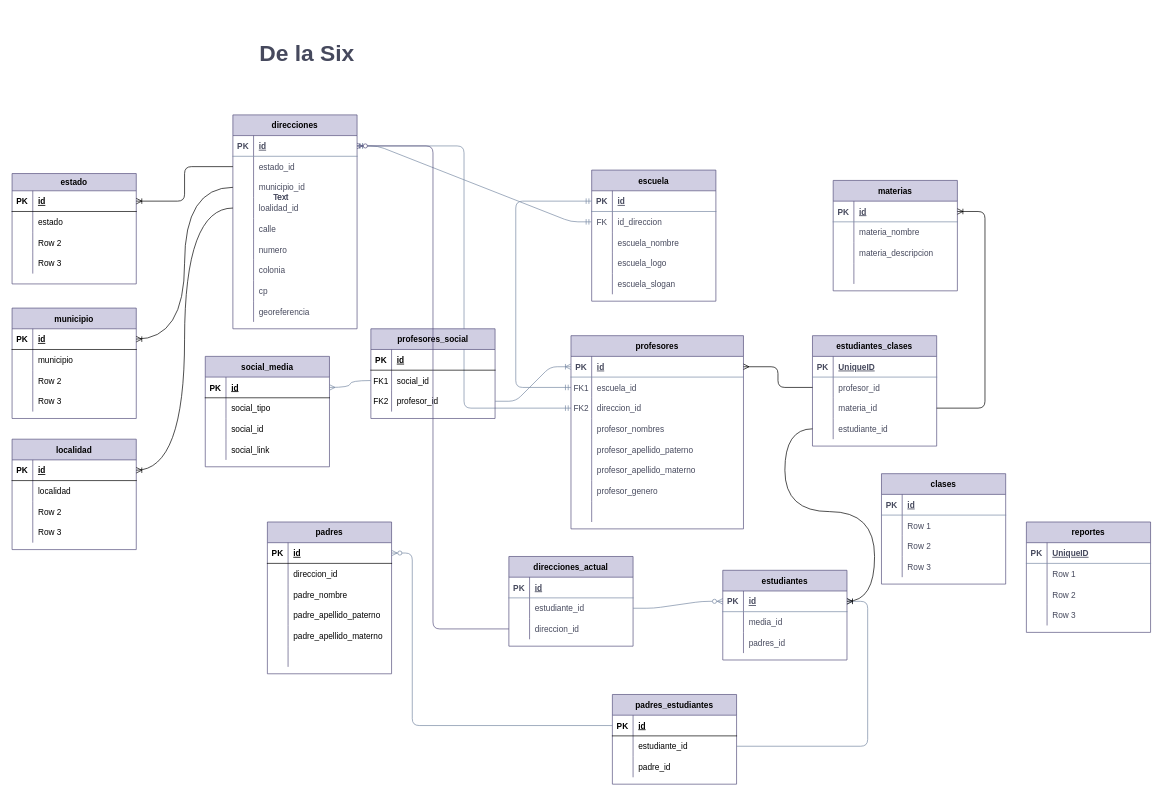
Above: er_main.drawio in mateomtz199/er_normal (draw.io), before the change. Source tidied: cells renumbered, new cells numbered last; positions are measured from the earlier drawing's top-left corner, leaving out a move shared by most shapes. Both pictures are drawn from the tidied source at 69%, with x=0, y=0 at pixel (12, 46).
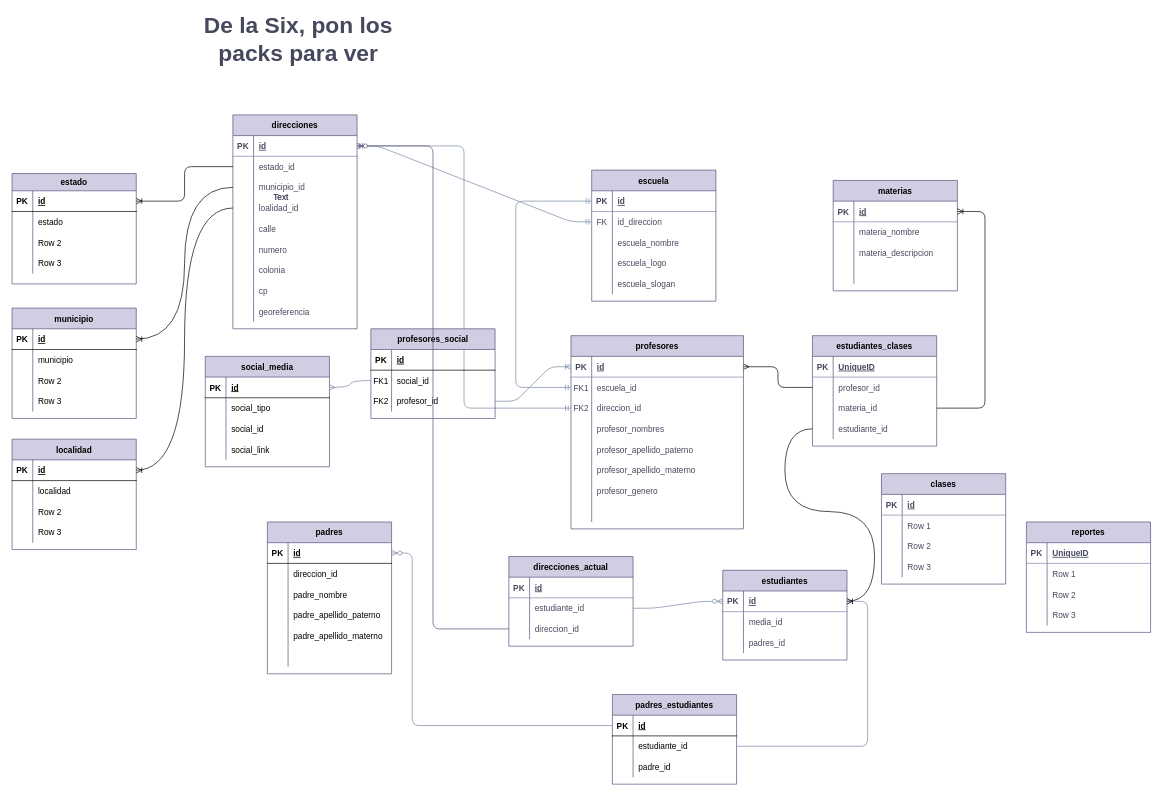
The same page after the edit.

Commit message:
De la Six packs}

Change to the diagram source:
```diff
@@
-    <mxCell id="252" value="&lt;b&gt;&lt;font style=&quot;font-size: 33px&quot;&gt;De la Six&lt;/font&gt;&lt;/b&gt;" style="text;html=1;strokeColor=none;fillColor=none;align=center;verticalAlign=middle;whiteSpace=wrap;rounded=0;sketch=0;fontColor=#46495D;strokeWidth=2;" parent="1" vertex="1">
-      <mxGeometry x="315" width="225" height="20" as="geometry" />
+    <mxCell id="252" value="&lt;b&gt;&lt;font style=&quot;font-size: 33px&quot;&gt;De la Six, pon los packs para ver&lt;/font&gt;&lt;/b&gt;" style="text;html=1;strokeColor=none;fillColor=none;align=center;verticalAlign=middle;whiteSpace=wrap;rounded=0;sketch=0;fontColor=#46495D;strokeWidth=2;" parent="1" vertex="1">
+      <mxGeometry x="230" y="-20" width="370" height="20" as="geometry" />
     </mxCell>
```
